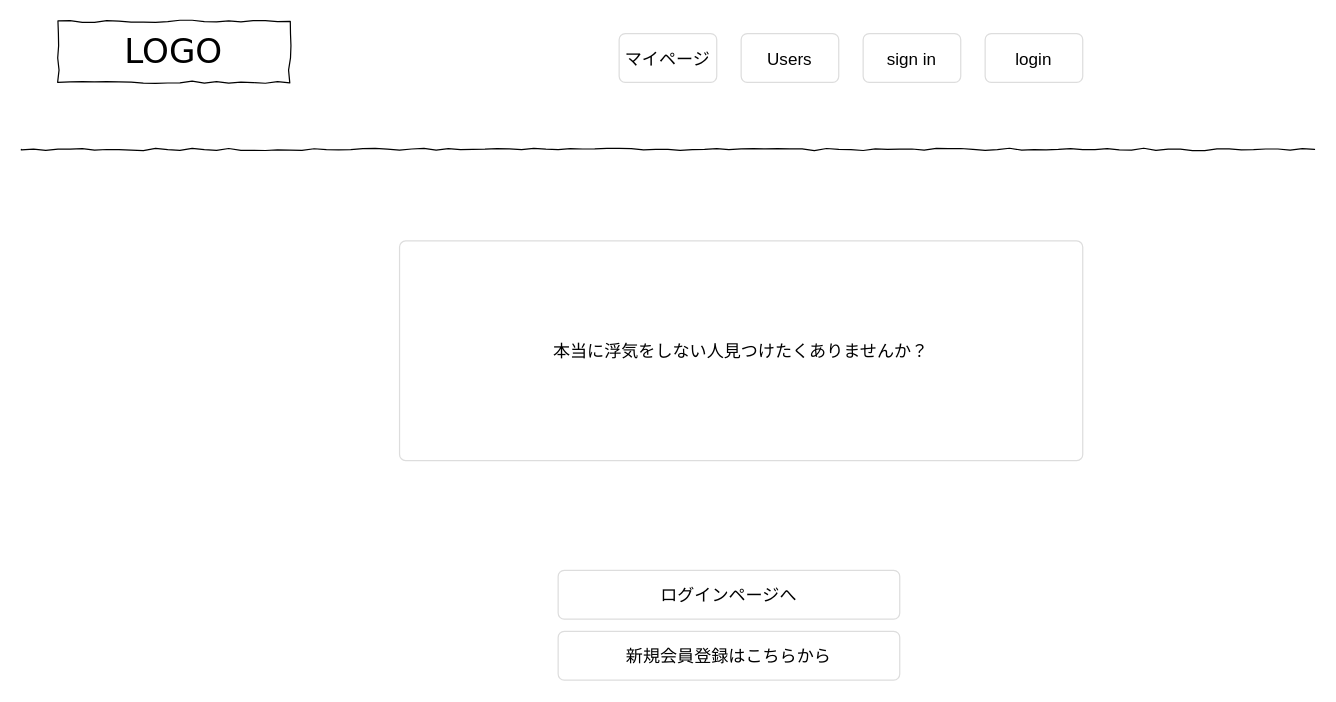
kyon-kyon/writer-match keeps this draw.io diagram as page "トップページ" (3 of 16) of 名称未設定ファイル.drawio. Above is the earlier version. Source tidied: cells renumbered, new cells numbered last; positions are measured from the earlier drawing's top-left corner, leaving out a move shared by most shapes. Both pictures are drawn from the tidied source at 122%, with x=0, y=0 at pixel (21, 21).
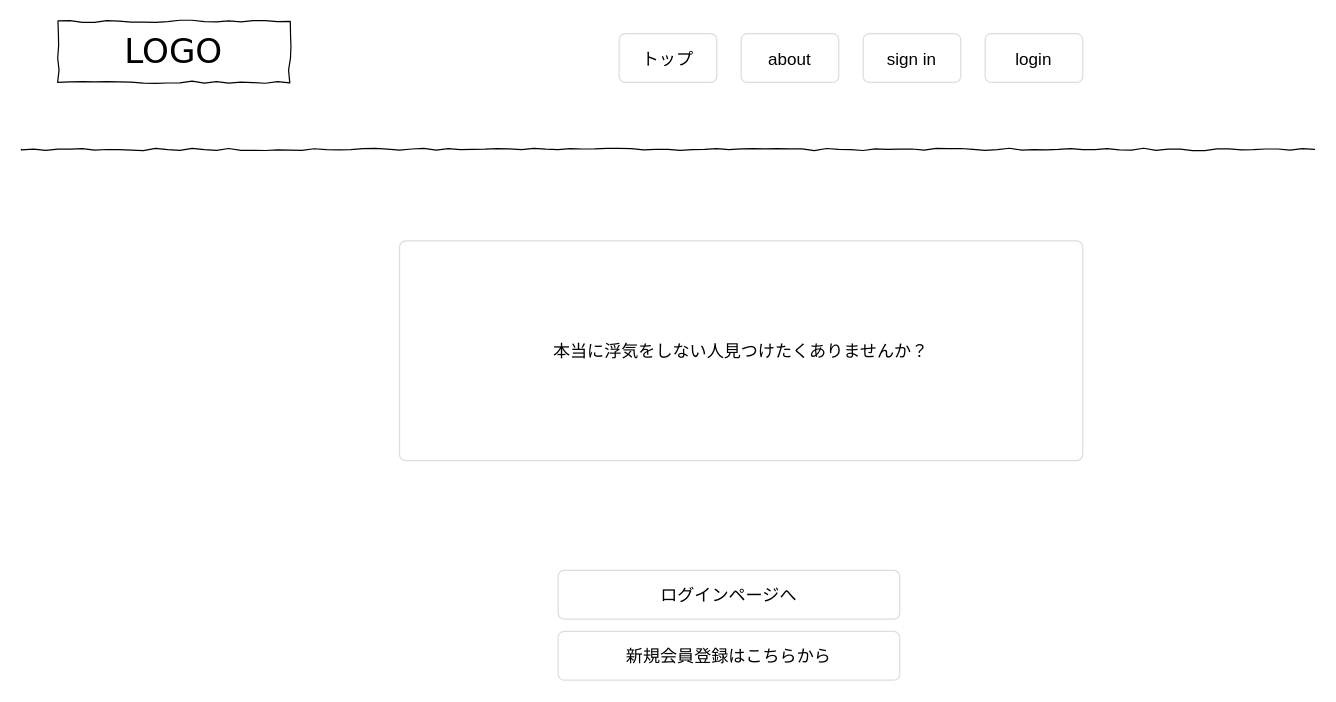
Above is the later version.

Diff of the diagram source:
```diff
@@
 <mxGraphModel>
   <root>
     <mxCell id="0" />
     <mxCell id="1" parent="0" />
     <mxCell id="2" style="line;strokeWidth=1;html=1;rounded=0;shadow=0;labelBackgroundColor=none;fillColor=none;fontFamily=Verdana;fontSize=14;fontColor=#000000;align=center;comic=1;" parent="1" vertex="1">
       <mxGeometry y="100" width="1060" height="10" as="geometry" />
     </mxCell>
     <mxCell id="3" value="&lt;span style=&quot;font-size: 14px&quot;&gt;本当に浮気をしない人見つけたくありませんか？&lt;/span&gt;" style="html=1;shadow=0;dashed=0;shape=mxgraph.bootstrap.rrect;rSize=5;strokeColor=#dddddd;align=center;fontSize=16;whiteSpace=wrap;fillColor=#FFFFFF;" parent="1" vertex="1">
       <mxGeometry x="310" y="180" width="560" height="180" as="geometry" />
     </mxCell>
     <mxCell id="4" value="LOGO" style="whiteSpace=wrap;html=1;rounded=0;shadow=0;labelBackgroundColor=none;strokeColor=#000000;strokeWidth=1;fillColor=#ffffff;fontFamily=Verdana;fontSize=28;fontColor=#000000;align=center;comic=1;" parent="1" vertex="1">
       <mxGeometry x="30" width="190" height="50" as="geometry" />
     </mxCell>
-    <mxCell id="5" value="&lt;span style=&quot;font-size: 14px&quot;&gt;マイページ&lt;/span&gt;" style="html=1;shadow=0;dashed=0;shape=mxgraph.bootstrap.rrect;rSize=5;strokeColor=#dddddd;align=center;fontSize=16;whiteSpace=wrap;fillColor=#FFFFFF;" parent="1" vertex="1">
+    <mxCell id="5" value="&lt;span style=&quot;font-size: 14px&quot;&gt;トップ&lt;/span&gt;" style="html=1;shadow=0;dashed=0;shape=mxgraph.bootstrap.rrect;rSize=5;strokeColor=#dddddd;align=center;fontSize=16;whiteSpace=wrap;fillColor=#FFFFFF;" parent="1" vertex="1">
       <mxGeometry x="490" y="10" width="80" height="40" as="geometry" />
     </mxCell>
-    <mxCell id="6" value="&lt;span style=&quot;font-size: 14px&quot;&gt;Users&lt;/span&gt;" style="html=1;shadow=0;dashed=0;shape=mxgraph.bootstrap.rrect;rSize=5;strokeColor=#dddddd;align=center;fontSize=16;whiteSpace=wrap;fillColor=#FFFFFF;" parent="1" vertex="1">
+    <mxCell id="6" value="&lt;span style=&quot;font-size: 14px&quot;&gt;about&lt;/span&gt;" style="html=1;shadow=0;dashed=0;shape=mxgraph.bootstrap.rrect;rSize=5;strokeColor=#dddddd;align=center;fontSize=16;whiteSpace=wrap;fillColor=#FFFFFF;" parent="1" vertex="1">
       <mxGeometry x="590" y="10" width="80" height="40" as="geometry" />
     </mxCell>
     <mxCell id="7" value="&lt;span style=&quot;font-size: 14px&quot;&gt;login&lt;/span&gt;" style="html=1;shadow=0;dashed=0;shape=mxgraph.bootstrap.rrect;rSize=5;strokeColor=#dddddd;align=center;fontSize=16;whiteSpace=wrap;fillColor=#FFFFFF;" parent="1" vertex="1">
       <mxGeometry x="790" y="10" width="80" height="40" as="geometry" />
     </mxCell>
     <mxCell id="8" style="edgeStyle=orthogonalEdgeStyle;rounded=0;orthogonalLoop=1;jettySize=auto;html=1;exitX=0.5;exitY=1;exitDx=0;exitDy=0;" parent="1" edge="1">
       <mxGeometry relative="1" as="geometry">
         <mxPoint x="380" y="180" as="sourcePoint" />
         <mxPoint x="380" y="180" as="targetPoint" />
       </mxGeometry>
     </mxCell>
     <mxCell id="9" value="&lt;span style=&quot;font-size: 14px&quot;&gt;sign in&lt;br&gt;&lt;/span&gt;" style="html=1;shadow=0;dashed=0;shape=mxgraph.bootstrap.rrect;rSize=5;strokeColor=#dddddd;align=center;fontSize=16;whiteSpace=wrap;fillColor=#FFFFFF;" parent="1" vertex="1">
       <mxGeometry x="690" y="10" width="80" height="40" as="geometry" />
     </mxCell>
     <mxCell id="10" value="&lt;span style=&quot;font-size: 14px&quot;&gt;ログインページへ&lt;/span&gt;" style="html=1;shadow=0;dashed=0;shape=mxgraph.bootstrap.rrect;rSize=5;strokeColor=#dddddd;align=center;fontSize=16;whiteSpace=wrap;fillColor=#FFFFFF;" parent="1" vertex="1">
       <mxGeometry x="440" y="450" width="280" height="40" as="geometry" />
     </mxCell>
     <mxCell id="11" value="&lt;span style=&quot;font-size: 14px&quot;&gt;新規会員登録はこちらから&lt;/span&gt;" style="html=1;shadow=0;dashed=0;shape=mxgraph.bootstrap.rrect;rSize=5;strokeColor=#dddddd;align=center;fontSize=16;whiteSpace=wrap;fillColor=#FFFFFF;" parent="1" vertex="1">
       <mxGeometry x="440" y="500" width="280" height="40" as="geometry" />
     </mxCell>
   </root>
 </mxGraphModel>
```
